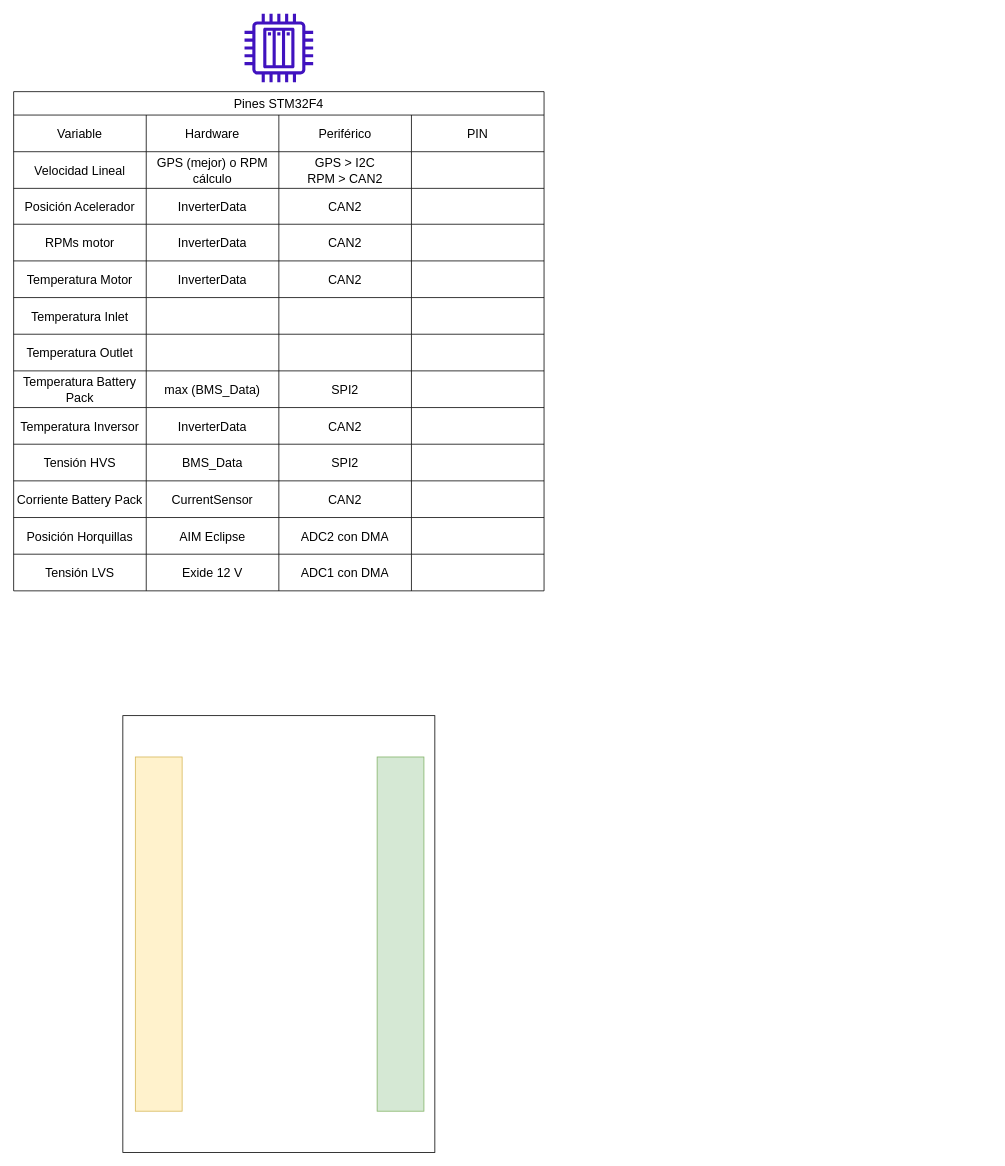
Above: PinesHardware.drawio in EnekoJL/AMS_GitHub (draw.io), before the change. Source tidied: cells renumbered, new cells numbered last; positions are measured from the earlier drawing's top-left corner, leaving out a move shared by most shapes. Both pictures are drawn from the tidied source at 78%, with x=0, y=0 at pixel (13, 13).
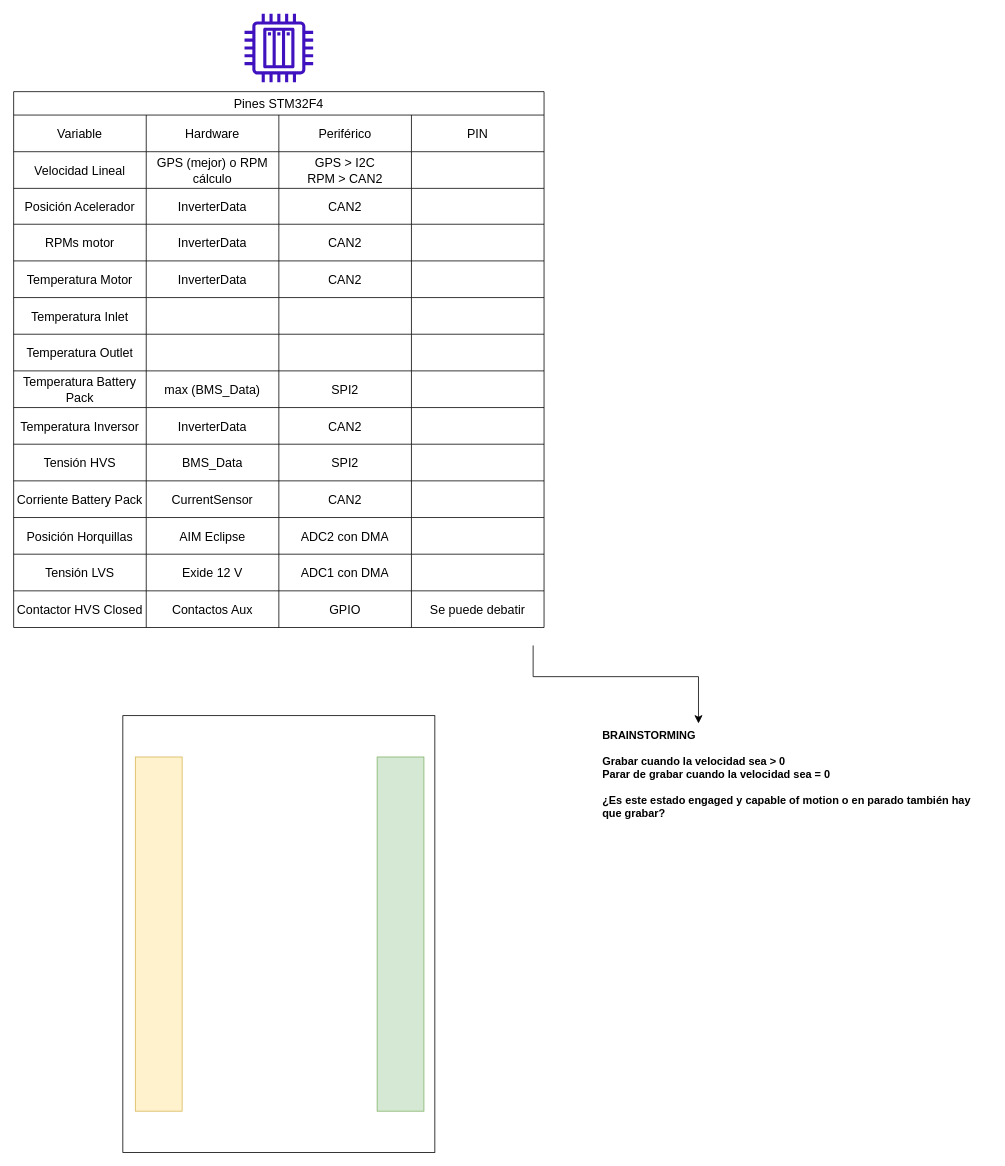
Above is the later version.

Commit message:
Avance en tabla 0.3

Diff of the diagram source:
```diff
@@
     <mxCell id="7" value="Pines STM32F4" style="shape=table;startSize=30;childLayout=tableLayout;strokeColor=default;fontSize=16;" parent="1" vertex="1">
-      <mxGeometry y="100" width="680" height="640" as="geometry" />
+      <mxGeometry y="100" width="680" height="687" as="geometry" />
     </mxCell>
@@
+    <mxCell id="73" style="shape=tableRow;horizontal=0;startSize=0;swimlaneHead=0;swimlaneBody=0;strokeColor=inherit;top=0;left=0;bottom=0;right=0;fillColor=none;fontSize=16;" parent="7" vertex="1">
+      <mxGeometry y="640" width="680" height="47" as="geometry" />
+    </mxCell>
+    <mxCell id="74" value="Contactor HVS Closed" style="shape=partialRectangle;html=1;whiteSpace=wrap;strokeColor=inherit;overflow=hidden;fillColor=none;top=0;left=0;bottom=0;right=0;fontSize=16;" parent="73" vertex="1">
+      <mxGeometry width="170" height="47" as="geometry" />
+    </mxCell>
+    <mxCell id="75" value="Contactos Aux" style="shape=partialRectangle;html=1;whiteSpace=wrap;strokeColor=inherit;overflow=hidden;fillColor=none;top=0;left=0;bottom=0;right=0;fontSize=16;" parent="73" vertex="1">
+      <mxGeometry x="170" width="170" height="47" as="geometry" />
+    </mxCell>
+    <mxCell id="76" value="GPIO" style="shape=partialRectangle;html=1;whiteSpace=wrap;strokeColor=inherit;overflow=hidden;fillColor=none;top=0;left=0;bottom=0;right=0;fontSize=16;" parent="73" vertex="1">
+      <mxGeometry x="340" width="170" height="47" as="geometry" />
+    </mxCell>
+    <mxCell id="77" value="Se puede debatir" style="shape=partialRectangle;html=1;whiteSpace=wrap;strokeColor=inherit;overflow=hidden;fillColor=none;top=0;left=0;bottom=0;right=0;fontSize=16;" parent="73" vertex="1">
+      <mxGeometry x="510" width="170" height="47" as="geometry" />
+    </mxCell>
+    <mxCell id="78" value="BRAINSTORMING&lt;div&gt;&lt;br&gt;&lt;/div&gt;&lt;div&gt;Grabar cuando la velocidad sea &amp;gt; 0&lt;/div&gt;&lt;div&gt;Parar de grabar cuando la velocidad sea = 0&lt;/div&gt;&lt;div&gt;&lt;br&gt;&lt;/div&gt;&lt;div&gt;¿Es este estado engaged y capable of motion o en parado también hay que grabar?&lt;/div&gt;&lt;div&gt;&lt;br&gt;&lt;/div&gt;&lt;div&gt;&lt;br&gt;&lt;/div&gt;" style="text;html=1;align=left;verticalAlign=top;whiteSpace=wrap;rounded=0;fontStyle=1;fontSize=14;" parent="1" vertex="1">
+      <mxGeometry x="753" y="910" width="500" height="310" as="geometry" />
+    </mxCell>
+    <mxCell id="79" style="edgeStyle=segmentEdgeStyle;endArrow=classic;html=1;curved=0;rounded=0;endSize=8;startSize=8;sourcePerimeterSpacing=0;targetPerimeterSpacing=0;entryX=0.25;entryY=0;entryDx=0;entryDy=0;" parent="1" edge="1" target="78">
+      <mxGeometry relative="1" as="geometry">
+        <mxPoint x="666" y="810" as="sourcePoint" />
+        <Array as="points">
+          <mxPoint x="666" y="850" />
+          <mxPoint x="878" y="850" />
+        </Array>
+      </mxGeometry>
+    </mxCell>
```
